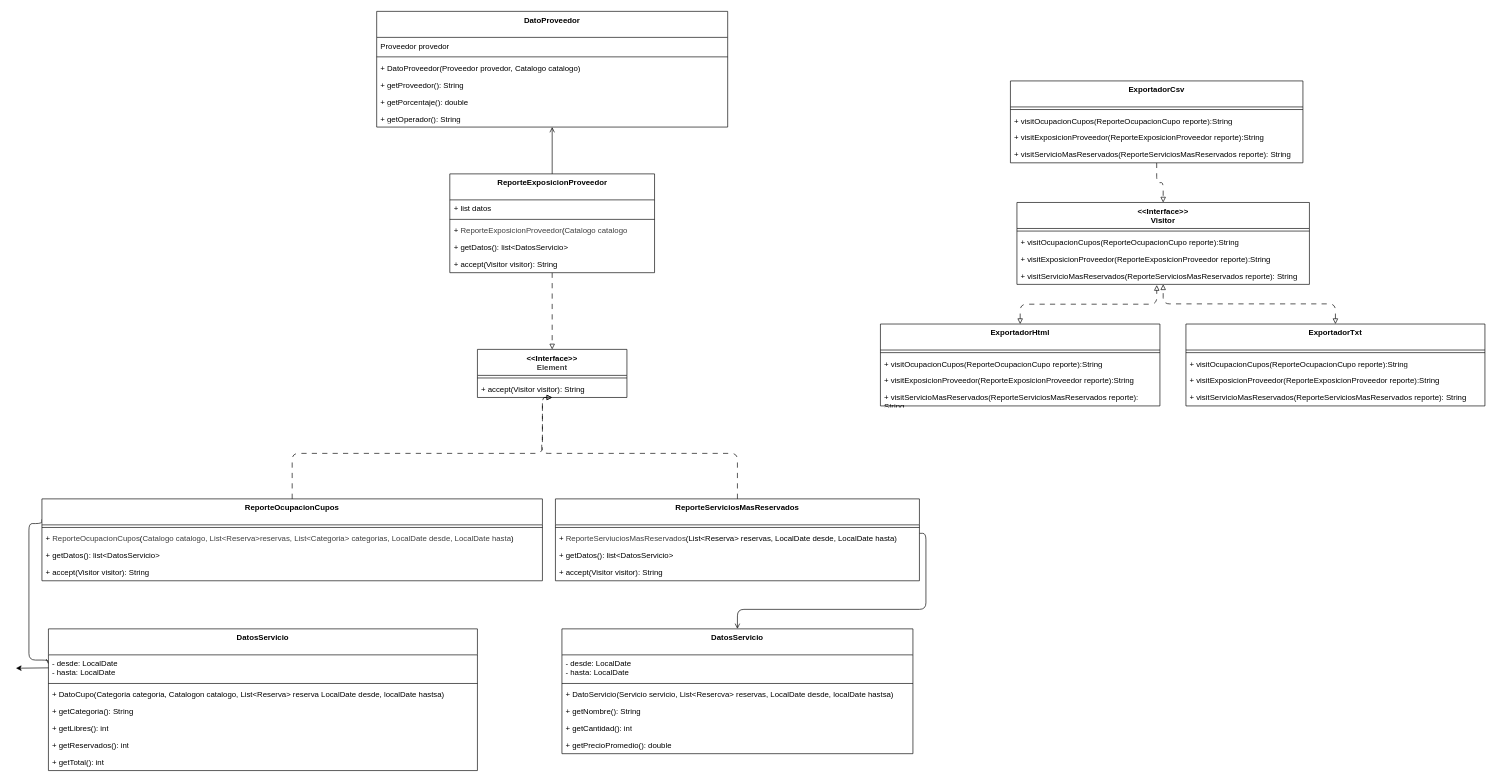
The draw.io diagram 2.8Reportes.drawio in Naxayy/UNQ_Travel, before the edit. Source tidied: cells renumbered, new cells numbered last; positions are measured from the earlier drawing's top-left corner, leaving out a move shared by most shapes. Both pictures are drawn from the tidied source at 65%, with x=0, y=0 at pixel (16, 11).
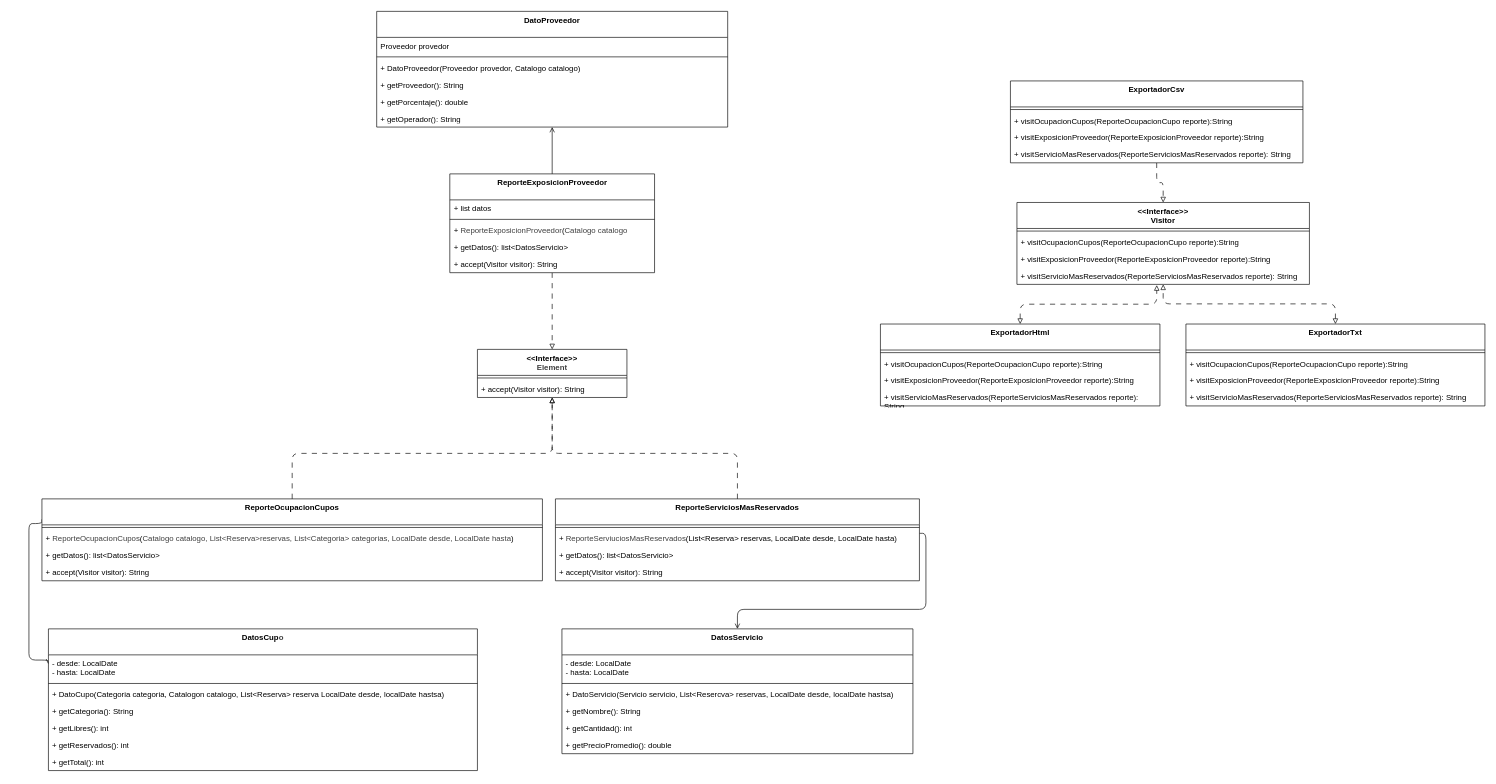
The same page after the edit.

Commit message (it also covers changes not shown here):
incorporacion de la interface element en UML 2.5

The change refers to these unchanged cells:
```xml
<mxCell id="8" value="&lt;div&gt;ReporteServiciosMasReservados&lt;/div&gt;" style="swimlane;fontStyle=1;align=center;verticalAlign=top;horizontal=1;startSize=40;whiteSpace=wrap;html=1;strokeColor=default;swimlaneFillColor=default;fontFamily=Helvetica;fontSize=12;fontColor=default;fillColor=default;gradientColor=none;" parent="1" vertex="1">
  <mxGeometry x="830" y="750" width="560" height="126" as="geometry" />
</mxCell>
<mxCell id="13" value="&lt;span style=&quot;color: rgb(0, 0, 0);&quot;&gt;&amp;lt;&amp;lt;Interface&amp;gt;&amp;gt;&lt;/span&gt;&lt;div&gt;&lt;span style=&quot;color: rgb(63, 63, 63); background-color: transparent;&quot;&gt;Element&lt;/span&gt;&lt;/div&gt;" style="swimlane;fontStyle=1;align=center;verticalAlign=top;horizontal=1;startSize=40;whiteSpace=wrap;html=1;strokeColor=default;swimlaneFillColor=default;fontFamily=Helvetica;fontSize=12;fontColor=default;fillColor=default;gradientColor=none;" parent="1" vertex="1">
  <mxGeometry x="710" y="520" width="230" height="74" as="geometry" />
</mxCell>
<mxCell id="18" value="&lt;div&gt;ReporteOcupacionCupos&lt;/div&gt;" style="swimlane;fontStyle=1;align=center;verticalAlign=top;horizontal=1;startSize=40;whiteSpace=wrap;html=1;strokeColor=default;swimlaneFillColor=default;fontFamily=Helvetica;fontSize=12;fontColor=default;fillColor=default;gradientColor=none;" parent="1" vertex="1">
  <mxGeometry x="40" y="750" width="770" height="126" as="geometry" />
</mxCell>
<mxCell id="66" value="- desde: LocalDate&lt;div&gt;- hasta: LocalDate&lt;/div&gt;" style="text;strokeColor=none;fillColor=none;align=left;verticalAlign=top;spacingLeft=4;spacingRight=4;overflow=hidden;points=[[0,0.5],[1,0.5]];portConstraint=eastwest;whiteSpace=wrap;html=1;" parent="64" vertex="1">
  <mxGeometry y="40" width="660" height="40" as="geometry" />
</mxCell>
```

The edit, as a diff of the source:
```diff
@@
     <mxCell id="16" style="edgeStyle=orthogonalEdgeStyle;html=1;exitX=0.5;exitY=0;exitDx=0;exitDy=0;entryX=0.5;entryY=1;entryDx=0;entryDy=0;endArrow=block;endFill=0;dashed=1;dashPattern=8 8;" parent="1" edge="1" source="8" target="13">
-      <mxGeometry x="0.03" relative="1" as="geometry">
+      <mxGeometry x="0.11" relative="1" as="geometry">
         <Array as="points">
           <mxPoint x="1110" y="680" />
-          <mxPoint x="808.9" y="680" />
-          <mxPoint x="808.9" y="660" />
-          <mxPoint x="810" y="660" />
+          <mxPoint x="825" y="680" />
         </Array>
       </mxGeometry>
     </mxCell>
@@
     <mxCell id="23" style="edgeStyle=orthogonalEdgeStyle;html=1;exitX=0.5;exitY=0;exitDx=0;exitDy=0;endArrow=block;endFill=0;entryX=0.5;entryY=1;entryDx=0;entryDy=0;dashed=1;dashPattern=8 8;" parent="1" edge="1" source="18" target="13">
       <mxGeometry x="0.05" relative="1" as="geometry">
         <Array as="points">
           <mxPoint x="425" y="680" />
-          <mxPoint x="810" y="680" />
+          <mxPoint x="825" y="680" />
         </Array>
       </mxGeometry>
     </mxCell>
@@
-    <mxCell id="64" value="&lt;div&gt;DatosServicio&lt;/div&gt;" style="swimlane;fontStyle=1;align=center;verticalAlign=top;horizontal=1;startSize=40;whiteSpace=wrap;html=1;strokeColor=default;swimlaneFillColor=default;fontFamily=Helvetica;fontSize=12;fontColor=default;fillColor=default;gradientColor=none;" parent="1" vertex="1">
+    <mxCell id="64" value="&lt;div&gt;DatosCu&lt;span style=&quot;color: rgb(0, 0, 0); text-align: left; background-color: transparent;&quot;&gt;p&lt;/span&gt;&lt;span style=&quot;color: rgb(63, 63, 63); background-color: transparent;&quot;&gt;o&lt;/span&gt;&lt;/div&gt;" style="swimlane;fontStyle=1;align=center;verticalAlign=top;horizontal=1;startSize=40;whiteSpace=wrap;html=1;strokeColor=default;swimlaneFillColor=default;fontFamily=Helvetica;fontSize=12;fontColor=default;fillColor=default;gradientColor=none;" parent="1" vertex="1">
       <mxGeometry x="50" y="950" width="660" height="218" as="geometry" />
     </mxCell>
-    <mxCell id="65" style="edgeStyle=none;html=1;exitX=0;exitY=0.5;exitDx=0;exitDy=0;" parent="64" edge="1" source="66">
-      <mxGeometry relative="1" as="geometry">
-        <mxPoint x="-50" y="60.5" as="targetPoint" />
-      </mxGeometry>
-    </mxCell>
```
